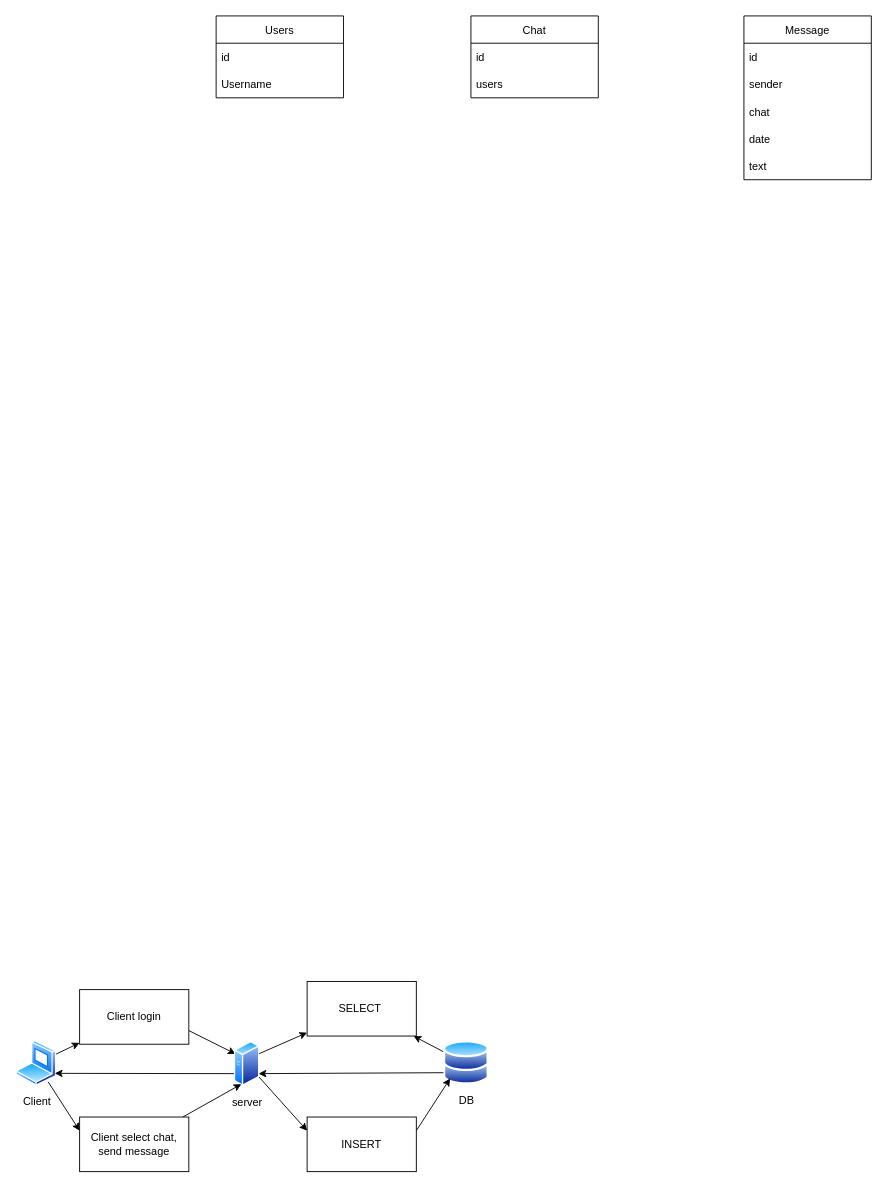
The draw.io diagram page "Simplify" (2 of 6) of Resources/DB.drawio in Plasmat1x/CourseProjectCS2, before the edit. Source tidied: cells renumbered, new cells numbered last; positions are measured from the earlier drawing's top-left corner, leaving out a move shared by most shapes. Both pictures are drawn from the tidied source at 91%, with x=0, y=0 at pixel (15, 15).
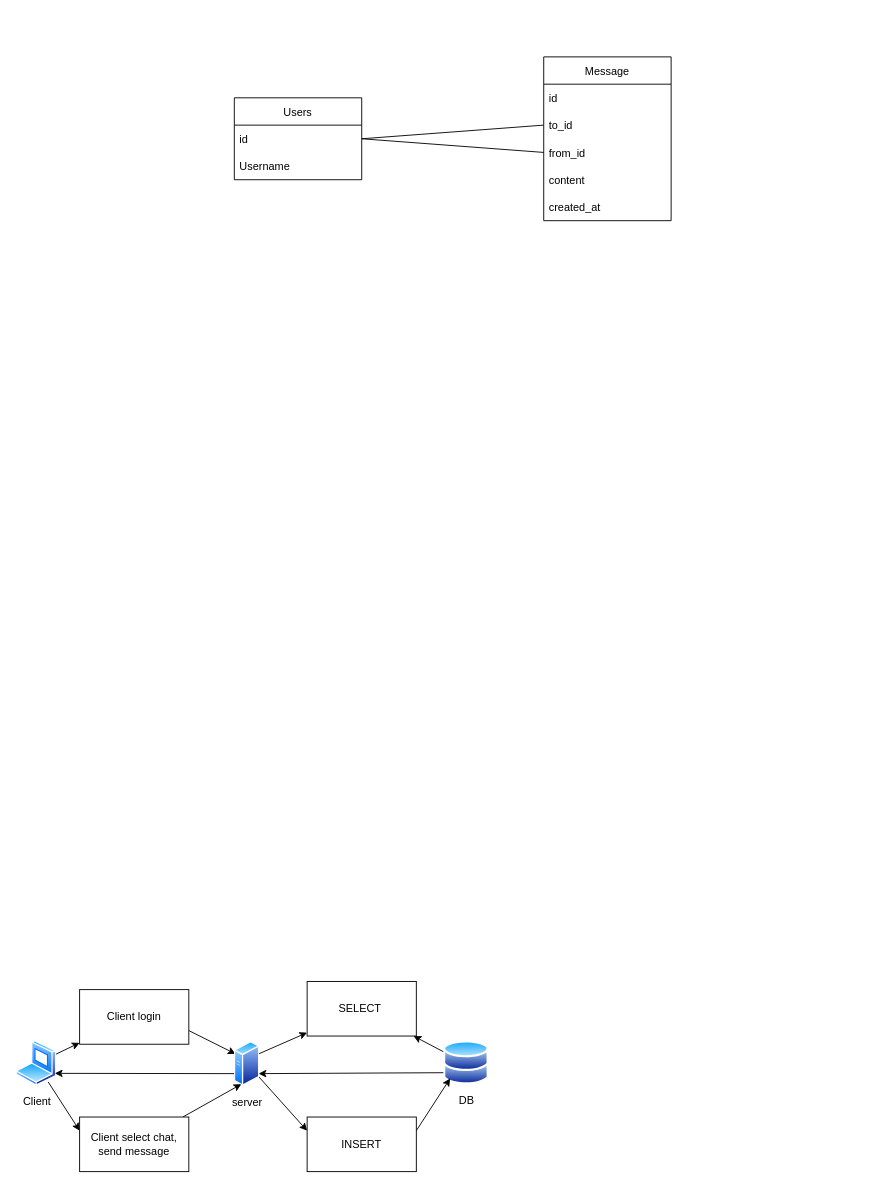
Above is the later version.

Unchanged cells that the change refers to:
```xml
<mxCell id="3" value="id" style="text;strokeColor=none;fillColor=none;align=left;verticalAlign=middle;spacingLeft=4;spacingRight=4;overflow=hidden;points=[[0,0.5],[1,0.5]];portConstraint=eastwest;fontSize=12;" parent="2" vertex="1">
  <mxGeometry y="30" width="140" height="30" as="geometry" />
</mxCell>
```

Diff of the diagram source:
```diff
@@
     <mxCell id="2" value="Users" style="swimlane;fontStyle=0;horizontal=1;startSize=30;fontSize=12;" parent="1" vertex="1">
-      <mxGeometry x="220" width="140" height="90" as="geometry" />
+      <mxGeometry x="240" y="90" width="140" height="90" as="geometry" />
     </mxCell>
@@
     <mxCell id="5" value="Message" style="swimlane;fontStyle=0;horizontal=1;startSize=30;fontSize=12;" parent="1" vertex="1">
-      <mxGeometry x="800" width="140" height="180" as="geometry" />
+      <mxGeometry x="580" y="45" width="140" height="180" as="geometry" />
     </mxCell>
@@
+    <mxCell id="8" value="to_id" style="text;strokeColor=none;fillColor=none;align=left;verticalAlign=middle;spacingLeft=4;spacingRight=4;overflow=hidden;points=[[0,0.5],[1,0.5]];portConstraint=eastwest;fontSize=12;" parent="5" vertex="1">
+      <mxGeometry y="60" width="140" height="30" as="geometry" />
+    </mxCell>
-    <mxCell id="7" value="sender" style="text;strokeColor=none;fillColor=none;align=left;verticalAlign=middle;spacingLeft=4;spacingRight=4;overflow=hidden;points=[[0,0.5],[1,0.5]];portConstraint=eastwest;fontSize=12;" parent="5" vertex="1">
-      <mxGeometry y="60" width="140" height="30" as="geometry" />
+    <mxCell id="7" value="from_id" style="text;strokeColor=none;fillColor=none;align=left;verticalAlign=middle;spacingLeft=4;spacingRight=4;overflow=hidden;points=[[0,0.5],[1,0.5]];portConstraint=eastwest;fontSize=12;" parent="5" vertex="1">
+      <mxGeometry y="90" width="140" height="30" as="geometry" />
     </mxCell>
-    <mxCell id="8" value="chat" style="text;strokeColor=none;fillColor=none;align=left;verticalAlign=middle;spacingLeft=4;spacingRight=4;overflow=hidden;points=[[0,0.5],[1,0.5]];portConstraint=eastwest;fontSize=12;" parent="5" vertex="1">
-      <mxGeometry y="90" width="140" height="30" as="geometry" />
-    </mxCell>
+    <mxCell id="10" value="content" style="text;strokeColor=none;fillColor=none;align=left;verticalAlign=middle;spacingLeft=4;spacingRight=4;overflow=hidden;fontSize=12;" parent="5" vertex="1">
+      <mxGeometry y="120" width="140" height="30" as="geometry" />
+    </mxCell>
-    <mxCell id="9" value="date" style="text;strokeColor=none;fillColor=none;align=left;verticalAlign=middle;spacingLeft=4;spacingRight=4;overflow=hidden;fontSize=12;" parent="5" vertex="1">
-      <mxGeometry y="120" width="140" height="30" as="geometry" />
+    <mxCell id="9" value="created_at" style="text;strokeColor=none;fillColor=none;align=left;verticalAlign=middle;spacingLeft=4;spacingRight=4;overflow=hidden;fontSize=12;" parent="5" vertex="1">
+      <mxGeometry y="150" width="140" height="30" as="geometry" />
     </mxCell>
-    <mxCell id="10" value="text" style="text;strokeColor=none;fillColor=none;align=left;verticalAlign=middle;spacingLeft=4;spacingRight=4;overflow=hidden;fontSize=12;" parent="5" vertex="1">
-      <mxGeometry y="150" width="140" height="30" as="geometry" />
-    </mxCell>
-    <mxCell id="11" value="Chat" style="swimlane;fontStyle=0;horizontal=1;startSize=30;fontSize=12;" parent="1" vertex="1">
-      <mxGeometry x="500" width="140" height="90" as="geometry" />
-    </mxCell>
-    <mxCell id="12" value="id" style="text;strokeColor=none;fillColor=none;align=left;verticalAlign=middle;spacingLeft=4;spacingRight=4;overflow=hidden;fontSize=12;" parent="11" vertex="1">
-      <mxGeometry y="30" width="140" height="30" as="geometry" />
-    </mxCell>
-    <mxCell id="13" value="users" style="text;strokeColor=none;fillColor=none;align=left;verticalAlign=middle;spacingLeft=4;spacingRight=4;overflow=hidden;fontSize=12;" parent="11" vertex="1">
-      <mxGeometry y="60" width="140" height="30" as="geometry" />
-    </mxCell>
@@
+    <mxCell id="31" style="endArrow=none;html=1;rounded=0;exitX=1;exitY=0.5;exitDx=0;exitDy=0;entryX=0;entryY=0.5;entryDx=0;entryDy=0;" parent="1" edge="1" source="3" target="8">
+      <mxGeometry relative="1" as="geometry" />
+    </mxCell>
+    <mxCell id="32" style="endArrow=none;html=1;rounded=0;exitX=1;exitY=0.5;exitDx=0;exitDy=0;entryX=0;entryY=0.5;entryDx=0;entryDy=0;" parent="1" edge="1" source="3" target="7">
+      <mxGeometry relative="1" as="geometry" />
+    </mxCell>
```
